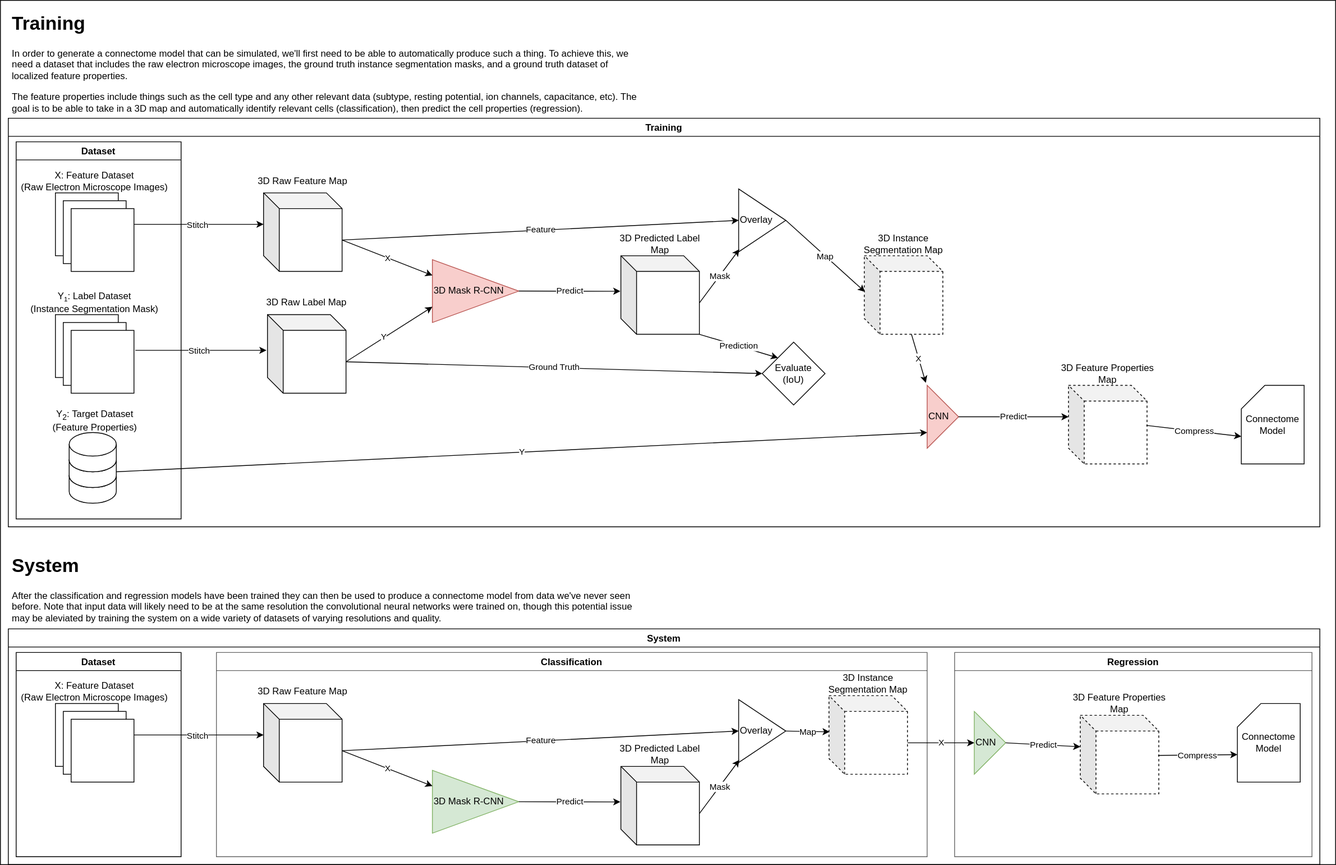
carboncopies/BrainGenix-STS keeps this draw.io diagram as Docs/BrainGenix STS Overview.drawio.svg. Above is the earlier version. Source tidied: cells renumbered, new cells last; positions are measured from the earlier drawing's top-left corner, leaving out a move shared by most shapes.
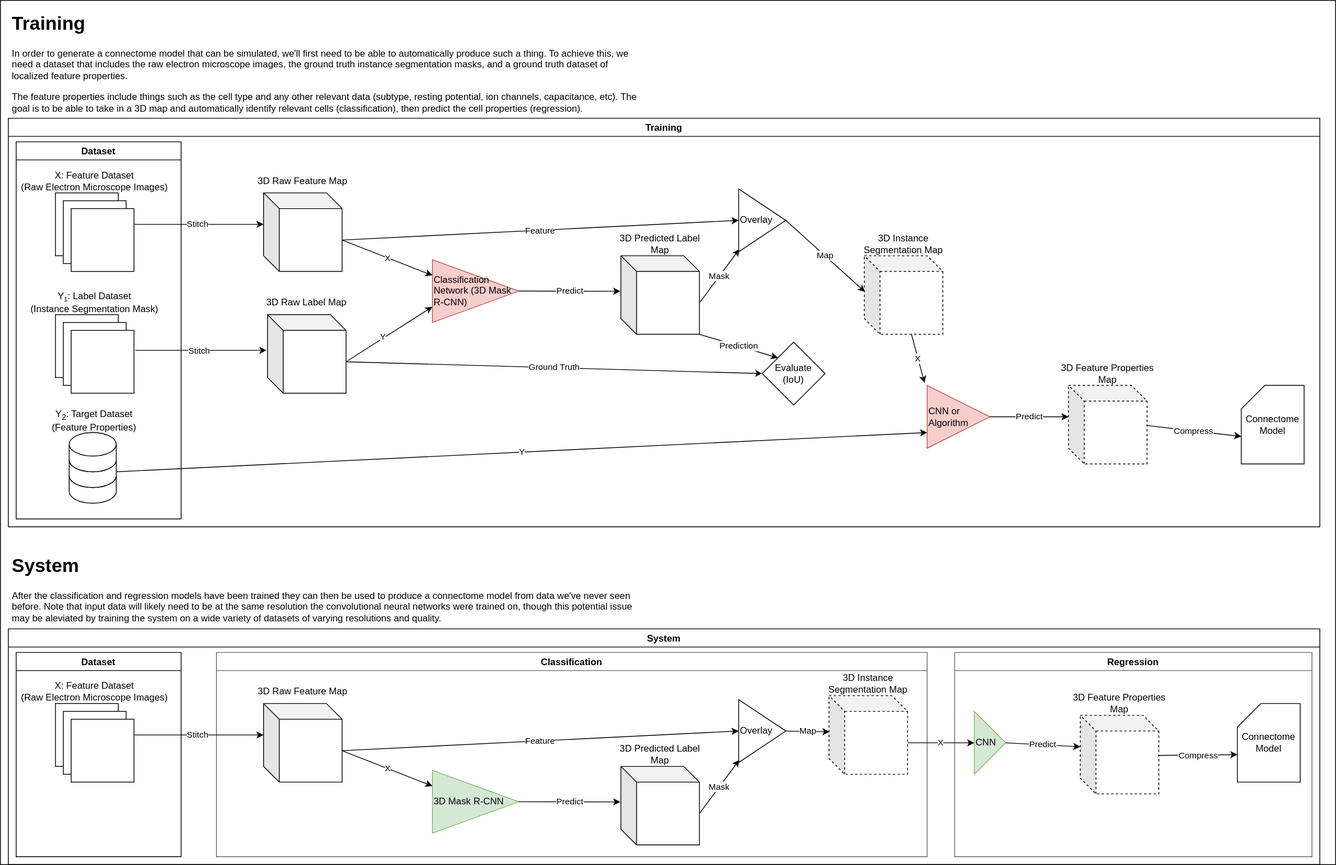
After the commit.

Commit message:
Update Network Names In BrainGenix STS Overview.drawio.svg

Diff of the diagram source:
```diff
@@ -108,7 +108,7 @@
         <mxPoint x="12" y="-2" as="offset" />
       </mxGeometry>
     </mxCell>
-    <mxCell id="36" value="3D Mask R-CNN" style="triangle;whiteSpace=wrap;html=1;glass=0;strokeColor=#b85450;align=left;fillColor=#f8cecc;" parent="1" vertex="1">
+    <mxCell id="36" value="Classification Network (3D Mask R-CNN)" style="triangle;whiteSpace=wrap;html=1;glass=0;strokeColor=#b85450;align=left;fillColor=#f8cecc;" parent="1" vertex="1">
       <mxGeometry x="550" y="330" width="110" height="80" as="geometry" />
     </mxCell>
     <mxCell id="37" value="X" style="endArrow=classic;html=1;rounded=0;exitX=0;exitY=0;exitDx=100;exitDy=60;exitPerimeter=0;entryX=0;entryY=0.25;entryDx=0;entryDy=0;" parent="1" edge="1" source="11" target="36">
@@ -126,8 +126,8 @@
     <mxCell id="41" value="Predict" style="endArrow=classic;html=1;rounded=0;exitX=1;exitY=0.5;exitDx=0;exitDy=0;entryX=-0.007;entryY=0.452;entryDx=0;entryDy=0;entryPerimeter=0;" parent="1" edge="1" source="36" target="14">
       <mxGeometry relative="1" as="geometry" />
     </mxCell>
-    <mxCell id="42" value="CNN" style="triangle;whiteSpace=wrap;html=1;glass=0;strokeColor=#b85450;align=left;fillColor=#f8cecc;" parent="1" vertex="1">
-      <mxGeometry x="1180" y="490" width="40" height="80" as="geometry" />
+    <mxCell id="42" value="CNN or Algorithm" style="triangle;whiteSpace=wrap;html=1;glass=0;strokeColor=#b85450;align=left;fillColor=#f8cecc;" parent="1" vertex="1">
+      <mxGeometry x="1180" y="490" width="80" height="80" as="geometry" />
     </mxCell>
     <mxCell id="43" style="group;" parent="1" vertex="1">
       <mxGeometry x="1100" y="295" width="130" height="130" as="geometry" />
```
